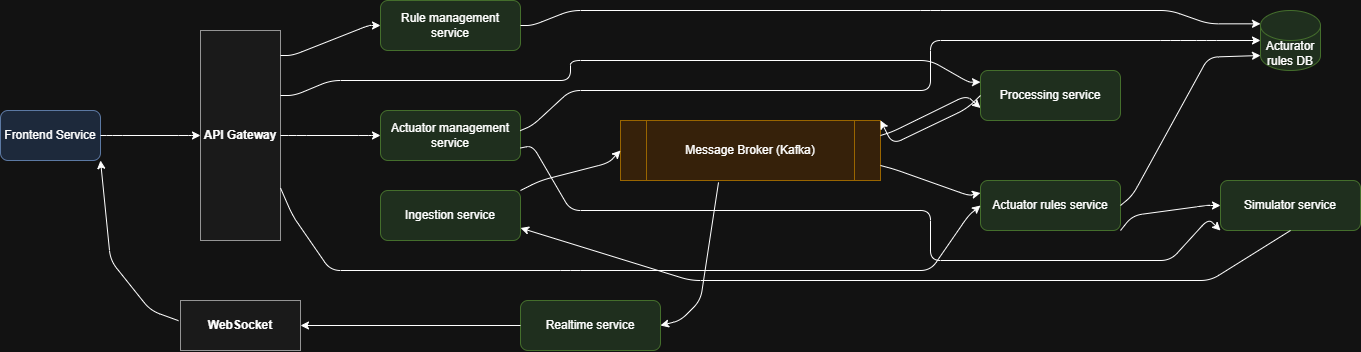
Teoz00/1883499_SACS keeps this draw.io diagram as booklets/system_architecture.png. Above is the earlier version. Source tidied: cells renumbered, new cells last; positions are measured from the earlier drawing's top-left corner, leaving out a move shared by most shapes.
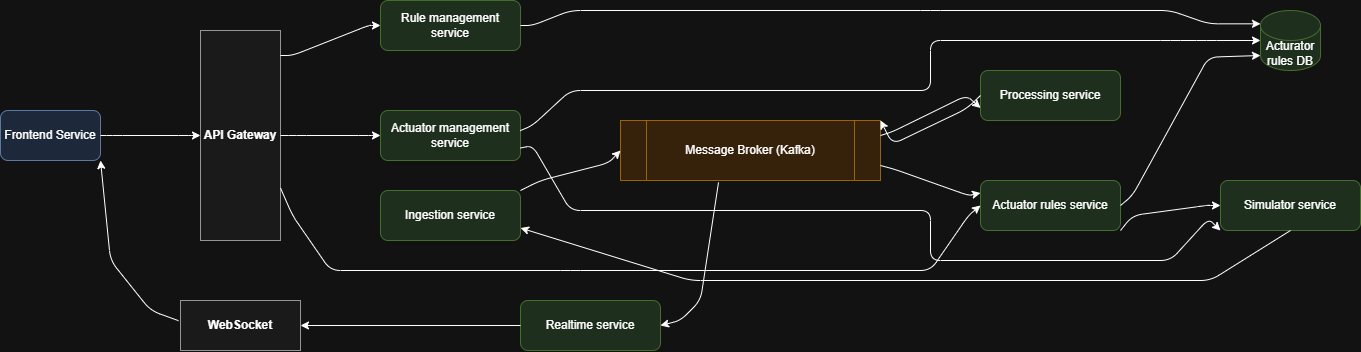
Later version of the same file.

Commit message:
Update system architecture image

Diff of the diagram source:
```diff
@@ -39,18 +39,6 @@
         </Array>
       </mxGeometry>
     </mxCell>
-    <mxCell id="11" style="noEdgeStyle=1;orthogonal=1;" parent="1" edge="1" source="3" target="7">
-      <mxGeometry relative="1" as="geometry">
-        <Array as="points">
-          <mxPoint x="294" y="95" />
-          <mxPoint x="330" y="80" />
-          <mxPoint x="570" y="80" />
-          <mxPoint x="570" y="60" />
-          <mxPoint x="930" y="60" />
-          <mxPoint x="968" y="81.7" />
-        </Array>
-      </mxGeometry>
-    </mxCell>
     <mxCell id="12" style="noEdgeStyle=1;orthogonal=1;" parent="1" edge="1" source="4" target="5">
       <mxGeometry relative="1" as="geometry">
         <Array as="points">
```
